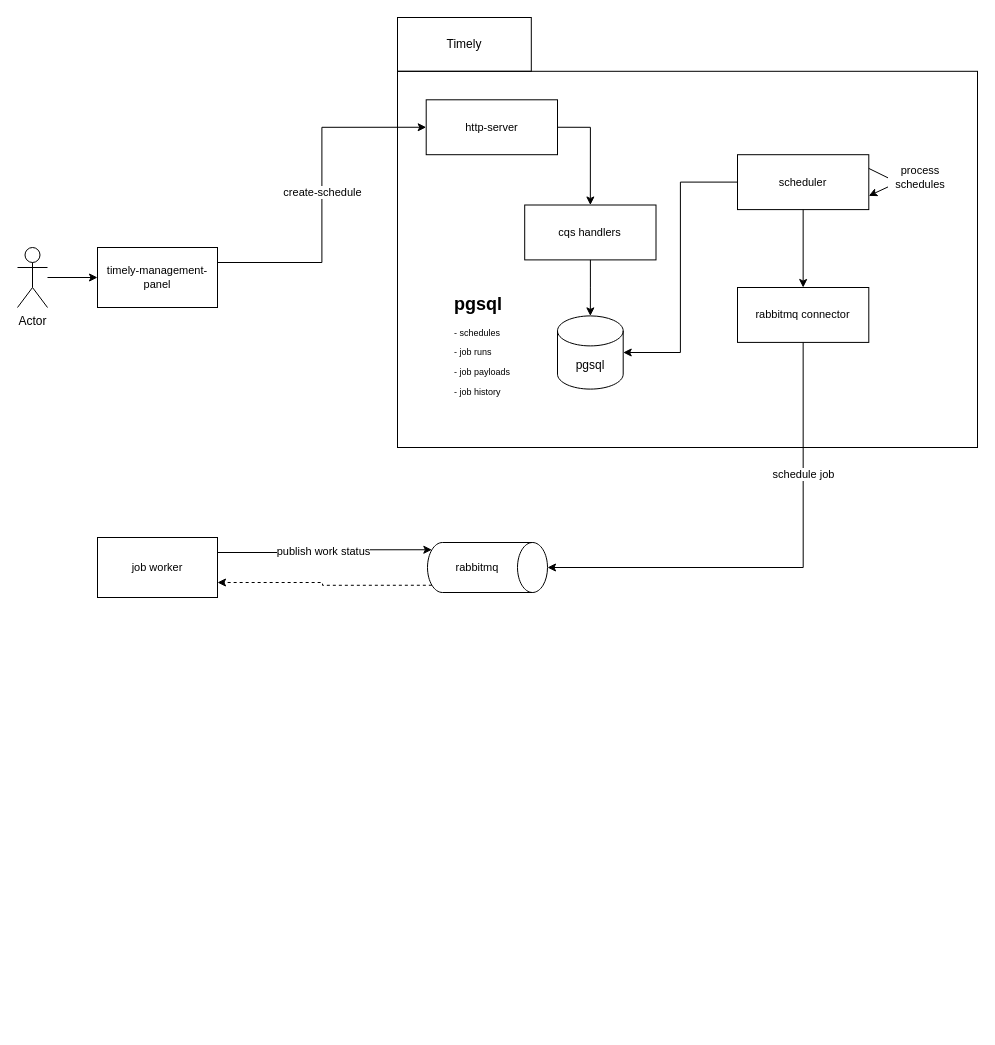
Before: docs/components.drawio in font3r/timely, a draw.io diagram. Source tidied: cells renumbered, new cells numbered last; positions are measured from the earlier drawing's top-left corner, leaving out a move shared by most shapes. Both pictures are drawn from the tidied source at 100%, with x=0, y=0 at pixel (17, 17).
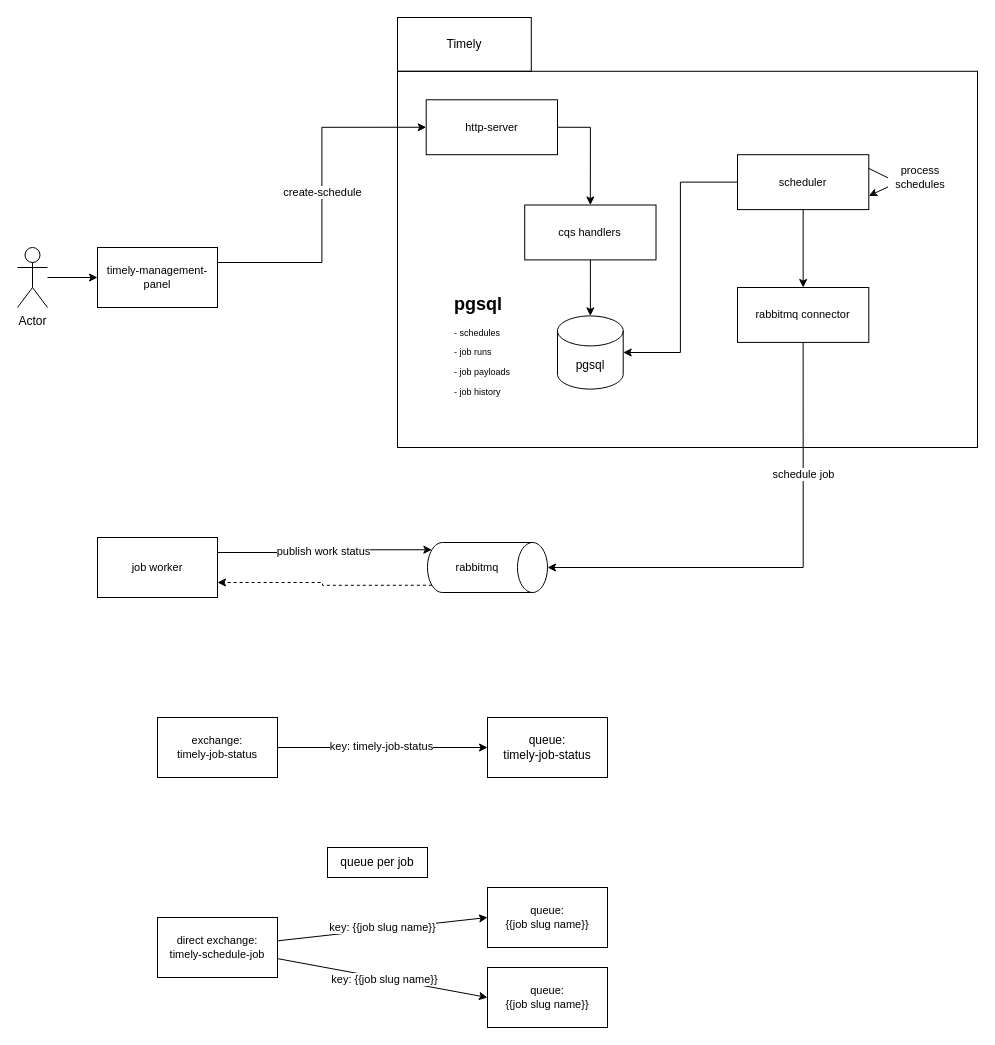
The same diagram, later.

What changed in the source:
```diff
@@
+    <mxCell id="31" value="exchange:&lt;div&gt;timely-job-status&lt;/div&gt;" style="rounded=0;whiteSpace=wrap;html=1;fontSize=11;" parent="1" vertex="1">
+      <mxGeometry x="140" y="700" width="120" height="60" as="geometry" />
+    </mxCell>
+    <mxCell id="32" style="edgeStyle=none;html=1;exitX=1;exitY=0.5;exitDx=0;exitDy=0;" parent="1" edge="1" source="31" target="39">
+      <mxGeometry relative="1" as="geometry" />
+    </mxCell>
+    <mxCell id="33" value="key: timely-job-status" style="edgeLabel;html=1;align=center;verticalAlign=middle;" parent="32" vertex="1">
+      <mxGeometry x="-0.02" y="2" relative="1" as="geometry" />
+    </mxCell>
+    <mxCell id="34" style="edgeStyle=none;html=1;entryX=0;entryY=0.5;entryDx=0;entryDy=0;" parent="1" edge="1" source="38" target="40">
+      <mxGeometry relative="1" as="geometry" />
+    </mxCell>
+    <mxCell id="35" value="key: {{job slug name}}" style="edgeLabel;html=1;align=center;verticalAlign=middle;" parent="34" vertex="1">
+      <mxGeometry x="-0.01" y="2" relative="1" as="geometry" />
+    </mxCell>
+    <mxCell id="36" style="edgeStyle=none;html=1;entryX=0;entryY=0.5;entryDx=0;entryDy=0;" parent="1" edge="1" source="38" target="41">
+      <mxGeometry relative="1" as="geometry" />
+    </mxCell>
+    <mxCell id="37" value="key: {{job slug name}}" style="edgeLabel;html=1;align=center;verticalAlign=middle;" parent="36" vertex="1">
+      <mxGeometry x="0.01" y="-1" relative="1" as="geometry" />
+    </mxCell>
+    <mxCell id="38" value="direct exchange:&lt;div&gt;timely-schedule-job&lt;/div&gt;" style="rounded=0;whiteSpace=wrap;html=1;fontSize=11;" parent="1" vertex="1">
+      <mxGeometry x="140" y="900" width="120" height="60" as="geometry" />
+    </mxCell>
+    <mxCell id="39" value="queue:&lt;div&gt;timely-job-status&lt;/div&gt;" style="rounded=0;whiteSpace=wrap;html=1;" parent="1" vertex="1">
+      <mxGeometry x="470" y="700" width="120" height="60" as="geometry" />
+    </mxCell>
+    <mxCell id="40" value="queue:&lt;div&gt;{{job slug name}}&lt;/div&gt;" style="rounded=0;whiteSpace=wrap;html=1;fontSize=11;" parent="1" vertex="1">
+      <mxGeometry x="470" y="870" width="120" height="60" as="geometry" />
+    </mxCell>
+    <mxCell id="41" value="queue:&lt;div&gt;{{job slug name}}&lt;/div&gt;" style="rounded=0;whiteSpace=wrap;html=1;fontSize=11;" parent="1" vertex="1">
+      <mxGeometry x="470" y="950" width="120" height="60" as="geometry" />
+    </mxCell>
+    <mxCell id="42" value="queue per job" style="text;html=1;align=center;verticalAlign=middle;whiteSpace=wrap;rounded=0;strokeColor=default;" parent="1" vertex="1">
+      <mxGeometry x="310" y="830" width="100" height="30" as="geometry" />
+    </mxCell>
```
